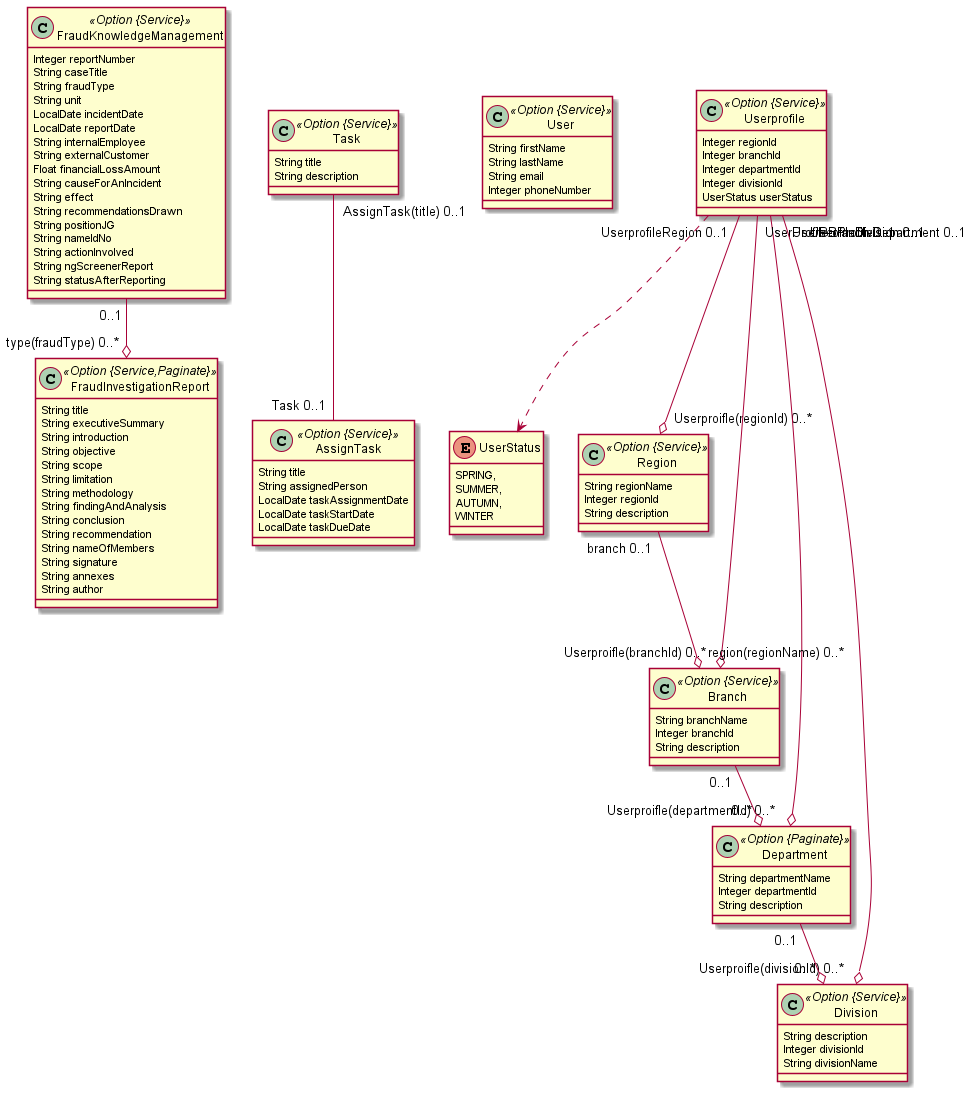
helinabele/InternalAudit keeps this PlantUML diagram as jhipster.png. Above is the earlier version.
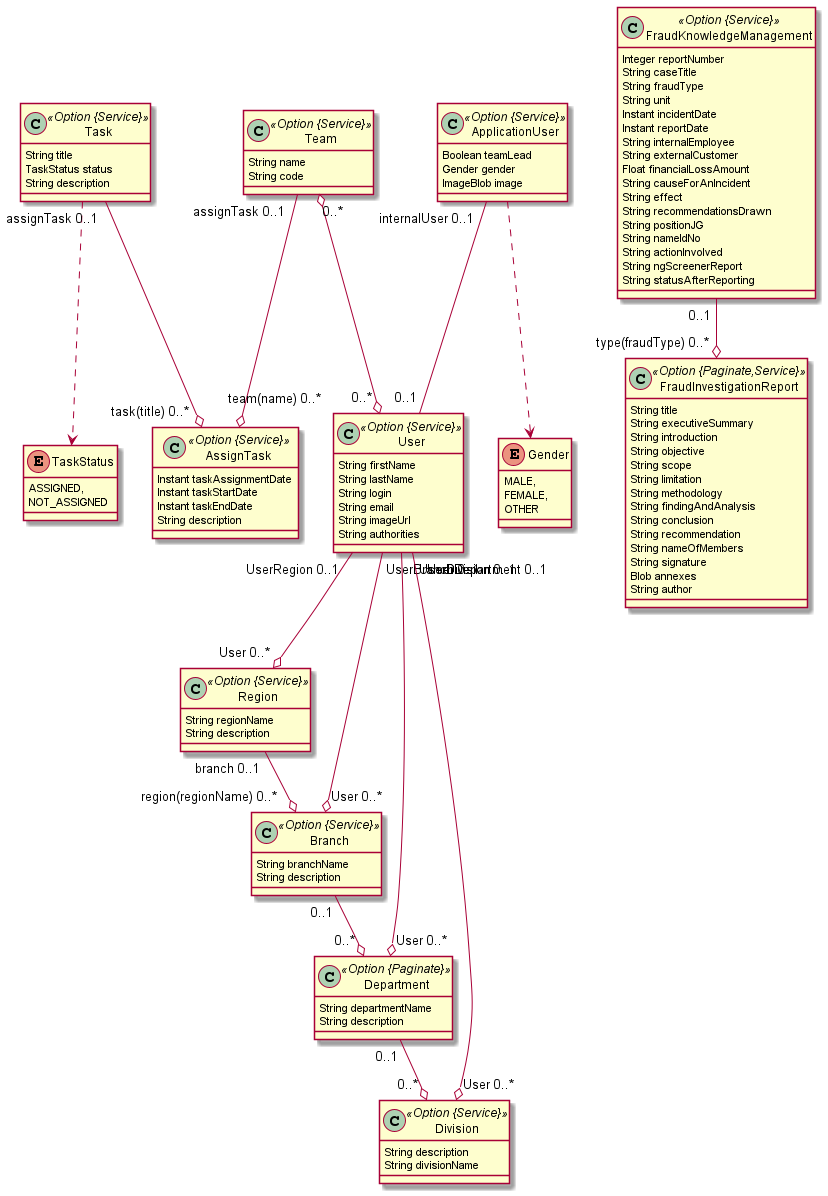
Above is the later version.

What changed in the source:
```diff
@@ -1,6 +1,22 @@
 @startuml
 	!pragma syntax class
-	class FraudInvestigationReport <<Option {Service,Paginate}>> {
+	class Task <<Option {Service}>> {
+		String title
+		TaskStatus status
+		String description
+	}
+	Task ..> TaskStatus
+	enum TaskStatus {
+		ASSIGNED,
+		NOT_ASSIGNED
+	}
+	class AssignTask <<Option {Service}>> {
+		Instant taskAssignmentDate
+		Instant taskStartDate
+		Instant taskEndDate
+		String description
+	}
+	class FraudInvestigationReport <<Option {Paginate,Service}>> {
 		String title
 		String executiveSummary
 		String introduction
@@ -13,27 +29,16 @@
 		String recommendation
 		String nameOfMembers
 		String signature
-		String annexes
+		Blob annexes
 		String author
-	}
-	class Task <<Option {Service}>> {
-		String title
-		String description
-	}
-	class AssignTask <<Option {Service}>> {
-		String title
-		String assignedPerson
-		LocalDate taskAssignmentDate
-		LocalDate taskStartDate
-		LocalDate taskDueDate
 	}
 	class FraudKnowledgeManagement <<Option {Service}>> {
 		Integer reportNumber
 		String caseTitle
 		String fraudType
 		String unit
-		LocalDate incidentDate
-		LocalDate reportDate
+		Instant incidentDate
+		Instant reportDate
 		String internalEmployee
 		String externalCustomer
 		Float financialLossAmount
@@ -46,53 +51,55 @@
 		String ngScreenerReport
 		String statusAfterReporting
 	}
-	class User <<Option {Service}>> {
-		String firstName
-		String lastName
-		String email
-		Integer phoneNumber
+	class ApplicationUser <<Option {Service}>> {
+		Boolean teamLead
+		Gender gender
+		ImageBlob image
 	}
-	class Userprofile <<Option {Service}>> {
-		Integer regionId
-		Integer branchId
-		Integer departmentId
-		Integer divisionId
-		UserStatus userStatus
+	ApplicationUser ..> Gender
+	enum Gender {
+		MALE,
+		FEMALE,
+		OTHER
 	}
-	Userprofile ..> UserStatus
-	enum UserStatus {
-		SPRING,
-		SUMMER,
-		AUTUMN,
-		WINTER
+	class Team <<Option {Service}>> {
+		String name
+		String code
 	}
 	class Region <<Option {Service}>> {
 		String regionName
-		Integer regionId
 		String description
 	}
 	class Branch <<Option {Service}>> {
 		String branchName
-		Integer branchId
 		String description
 	}
 	class Department <<Option {Paginate}>> {
 		String departmentName
-		Integer departmentId
 		String description
 	}
 	class Division <<Option {Service}>> {
 		String description
-		Integer divisionId
 		String divisionName
 	}
-	Task  "AssignTask(title) 0..1 " -- "Task 0..1 "  AssignTask
-	Userprofile  "UserprofileRegion 0..1 " --o "Userproifle(regionId) 0..* "  Region
-	Userprofile  "UserProfileDepartment 0..1 " --o "Userproifle(departmentId) 0..* "  Department
-	Userprofile  "UserProfileBranch 0..1 " --o "Userproifle(branchId) 0..* "  Branch
-	Userprofile  "UserProfileDivision 0..1 " --o "Userproifle(divisionId) 0..* "  Division
+	ApplicationUser  "internalUser 0..1 " -- "0..1 "  User
+	User  "UserRegion 0..1 " --o "User 0..* "  Region
+	User  "UserDepartment 0..1 " --o "User 0..* "  Department
+	User  "UserBranch 0..1 " --o "User 0..* "  Branch
+	User  "UserDivision 0..1 " --o "User 0..* "  Division
 	Region  "branch 0..1 " --o "region(regionName) 0..* "  Branch
 	Branch  "0..1 " --o "0..* "  Department
 	Department  "0..1 " --o "0..* "  Division
 	FraudKnowledgeManagement  "0..1 " --o "type(fraudType) 0..* "  FraudInvestigationReport
+	Team  "assignTask 0..1 " --o "team(name) 0..* "  AssignTask
+	Task  "assignTask 0..1 " --o "task(title) 0..* "  AssignTask
+	Team  "0..* " o--o "0..* "  User
+	class User <<Option {Service}>> {
+		String firstName
+		String lastName
+		String login
+		String email
+		String imageUrl
+		String authorities
+	}
 @enduml
```
